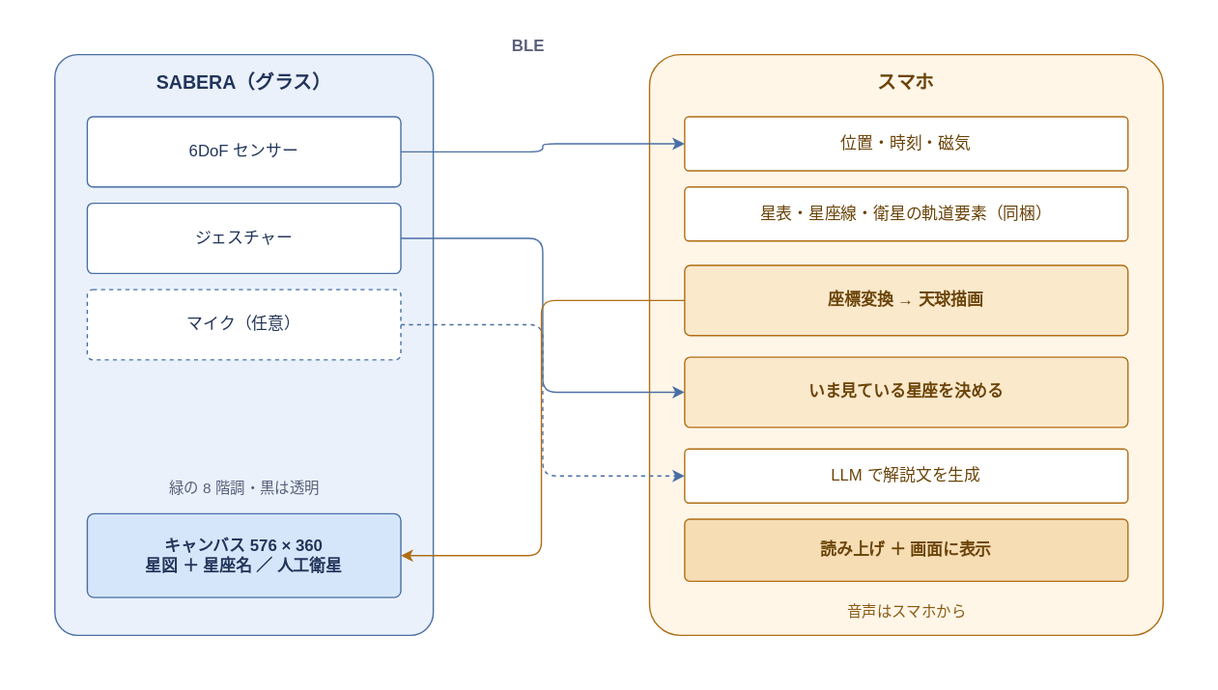
Before: docs/team-e/diagrams/system.drawio.svg, a diagram exported from draw.io (jigintern/sabera-team-e). Source tidied: cells renumbered, new cells last; positions are measured from the earlier drawing's top-left corner, leaving out a move shared by most shapes.
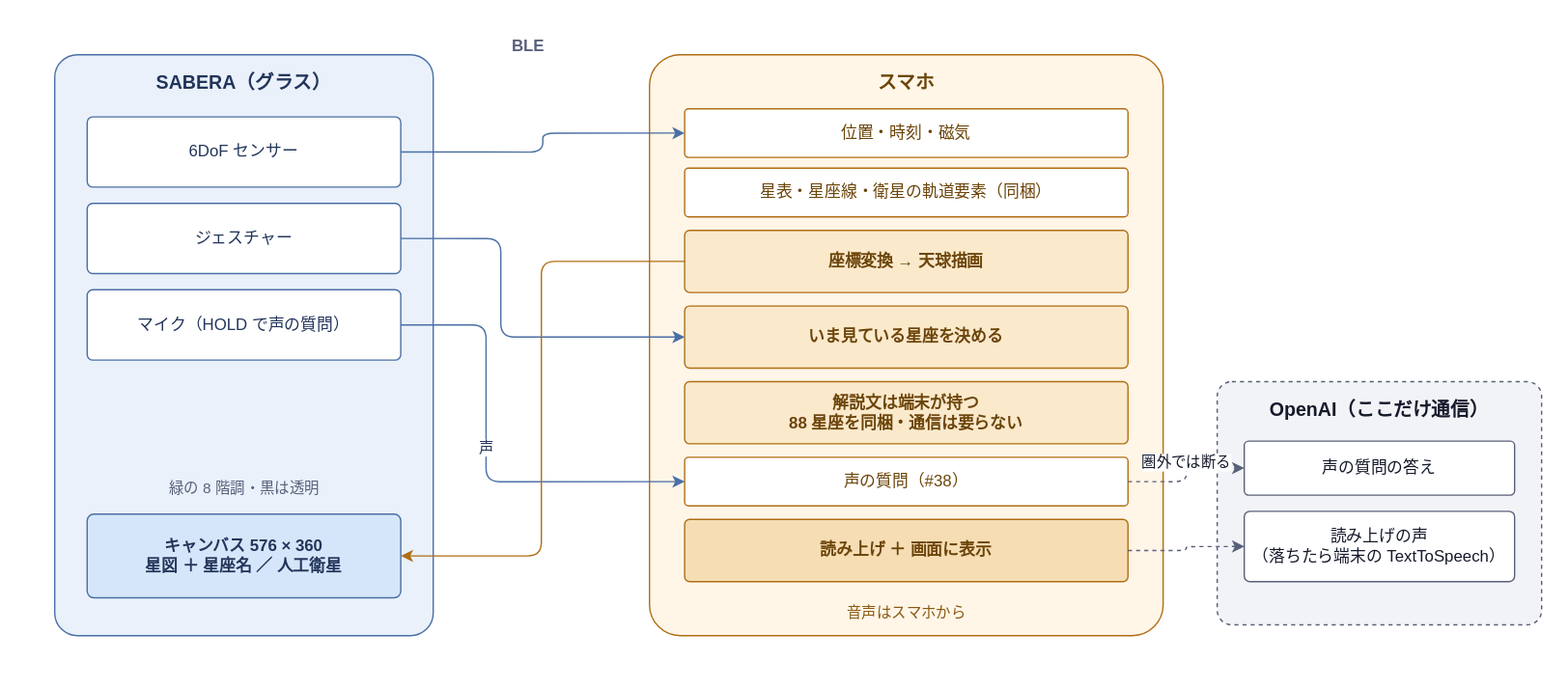
Later version of the same file.

Diff of the diagram source:
```diff
@@ -3,7 +3,7 @@
     <mxCell id="0" />
     <mxCell id="1" parent="0" />
     <mxCell id="2" style="rounded=0;whiteSpace=wrap;html=1;fillColor=#FFFFFF;strokeColor=none;" parent="1" vertex="1">
-      <mxGeometry width="900" height="510" as="geometry" />
+      <mxGeometry width="1160" height="510" as="geometry" />
     </mxCell>
     <mxCell id="3" value="SABERA（グラス）" style="rounded=1;arcSize=6;whiteSpace=wrap;html=1;fillColor=#EAF1FB;strokeColor=#4A6FA5;fontColor=#22355A;verticalAlign=top;fontSize=14;fontStyle=1;spacingTop=6;" parent="1" vertex="1">
       <mxGeometry x="40" y="40" width="280" height="430" as="geometry" />
@@ -14,7 +14,7 @@
     <mxCell id="5" value="ジェスチャー" style="rounded=1;arcSize=8;whiteSpace=wrap;html=1;fillColor=#FFFFFF;strokeColor=#4A6FA5;fontColor=#22355A;fontSize=12;" parent="1" vertex="1">
       <mxGeometry x="64" y="150" width="232" height="52" as="geometry" />
     </mxCell>
-    <mxCell id="6" value="マイク（任意）" style="rounded=1;arcSize=8;whiteSpace=wrap;html=1;fillColor=#FFFFFF;strokeColor=#4A6FA5;fontColor=#22355A;fontSize=12;dashed=1;" parent="1" vertex="1">
+    <mxCell id="6" value="マイク（HOLD で声の質問）" style="rounded=1;arcSize=8;whiteSpace=wrap;html=1;fillColor=#FFFFFF;strokeColor=#4A6FA5;fontColor=#22355A;fontSize=12;" parent="1" vertex="1">
       <mxGeometry x="64" y="214" width="232" height="52" as="geometry" />
     </mxCell>
     <mxCell id="7" value="キャンバス 576 × 360&#10;星図 ＋ 星座名 ／ 人工衛星" style="rounded=1;arcSize=8;whiteSpace=wrap;html=1;fillColor=#D6E6FA;strokeColor=#4A6FA5;fontColor=#22355A;fontSize=12;fontStyle=1;" parent="1" vertex="1">
@@ -27,20 +27,23 @@
       <mxGeometry x="480" y="40" width="380" height="430" as="geometry" />
     </mxCell>
     <mxCell id="10" value="位置・時刻・磁気" style="rounded=1;arcSize=8;whiteSpace=wrap;html=1;fillColor=#FFFFFF;strokeColor=#B06E14;fontColor=#6B4409;fontSize=12;" parent="1" vertex="1">
-      <mxGeometry x="506" y="86" width="328" height="40" as="geometry" />
+      <mxGeometry x="506" y="80" width="328" height="36" as="geometry" />
     </mxCell>
     <mxCell id="11" value="星表・星座線・衛星の軌道要素（同梱）" style="rounded=1;arcSize=8;whiteSpace=wrap;html=1;fillColor=#FFFFFF;strokeColor=#B06E14;fontColor=#6B4409;fontSize=12;" parent="1" vertex="1">
-      <mxGeometry x="506" y="138" width="328" height="40" as="geometry" />
+      <mxGeometry x="506" y="124" width="328" height="36" as="geometry" />
     </mxCell>
     <mxCell id="12" value="座標変換 → 天球描画" style="rounded=1;arcSize=8;whiteSpace=wrap;html=1;fillColor=#FBE9CC;strokeColor=#B06E14;fontColor=#6B4409;fontSize=12;fontStyle=1;" parent="1" vertex="1">
-      <mxGeometry x="506" y="196" width="328" height="52" as="geometry" />
+      <mxGeometry x="506" y="170" width="328" height="46" as="geometry" />
     </mxCell>
     <mxCell id="13" value="いま見ている星座を決める" style="rounded=1;arcSize=8;whiteSpace=wrap;html=1;fillColor=#FBE9CC;strokeColor=#B06E14;fontColor=#6B4409;fontSize=12;fontStyle=1;" parent="1" vertex="1">
-      <mxGeometry x="506" y="264" width="328" height="52" as="geometry" />
+      <mxGeometry x="506" y="226" width="328" height="46" as="geometry" />
     </mxCell>
-    <mxCell id="14" value="LLM で解説文を生成" style="rounded=1;arcSize=8;whiteSpace=wrap;html=1;fillColor=#FFFFFF;strokeColor=#B06E14;fontColor=#6B4409;fontSize=12;" parent="1" vertex="1">
-      <mxGeometry x="506" y="332" width="328" height="40" as="geometry" />
+    <mxCell id="14" value="解説文は端末が持つ&#10;88 星座を同梱・通信は要らない" style="rounded=1;arcSize=8;whiteSpace=wrap;html=1;fillColor=#FBE9CC;strokeColor=#B06E14;fontColor=#6B4409;fontSize=12;fontStyle=1;" parent="1" vertex="1">
+      <mxGeometry x="506" y="282" width="328" height="46" as="geometry" />
     </mxCell>
+    <mxCell id="22" value="声の質問（#38）" style="rounded=1;arcSize=8;whiteSpace=wrap;html=1;fillColor=#FFFFFF;strokeColor=#B06E14;fontColor=#6B4409;fontSize=12;" parent="1" vertex="1">
+      <mxGeometry x="506" y="338" width="328" height="36" as="geometry" />
+    </mxCell>
     <mxCell id="15" value="読み上げ ＋ 画面に表示" style="rounded=1;arcSize=8;whiteSpace=wrap;html=1;fillColor=#F6DDB4;strokeColor=#B06E14;fontColor=#6B4409;fontSize=12;fontStyle=1;" parent="1" vertex="1">
       <mxGeometry x="506" y="384" width="328" height="46" as="geometry" />
     </mxCell>
@@ -48,19 +51,44 @@
       <mxGeometry relative="1" as="geometry" />
     </mxCell>
     <mxCell id="17" style="edgeStyle=orthogonalEdgeStyle;html=1;rounded=1;strokeColor=#4A6FA5;fontColor=#22355A;fontSize=11;exitX=1;exitY=0.5;entryX=0;entryY=0.5;" parent="1" edge="1" source="5" target="13">
-      <mxGeometry relative="1" as="geometry" />
+      <mxGeometry relative="1" as="geometry">
+        <Array as="points">
+          <mxPoint x="370" y="176" />
+          <mxPoint x="370" y="249" />
+        </Array>
+      </mxGeometry>
     </mxCell>
-    <mxCell id="18" style="edgeStyle=orthogonalEdgeStyle;html=1;rounded=1;strokeColor=#4A6FA5;fontColor=#22355A;fontSize=11;dashed=1;exitX=1;exitY=0.5;entryX=0;entryY=0.5;" parent="1" edge="1" source="6" target="14">
-      <mxGeometry relative="1" as="geometry" />
+    <mxCell id="18" value="声" style="edgeStyle=orthogonalEdgeStyle;html=1;rounded=1;strokeColor=#4A6FA5;fontColor=#22355A;fontSize=11;exitX=1;exitY=0.5;entryX=0;entryY=0.5;verticalAlign=bottom;" parent="1" edge="1" source="6" target="22">
+      <mxGeometry relative="1" as="geometry">
+        <Array as="points">
+          <mxPoint x="359" y="240" />
+          <mxPoint x="359" y="356" />
+        </Array>
+      </mxGeometry>
     </mxCell>
     <mxCell id="19" style="edgeStyle=orthogonalEdgeStyle;html=1;rounded=1;strokeColor=#B06E14;fontColor=#6B4409;fontSize=11;exitX=0;exitY=0.5;entryX=1;entryY=0.5;" parent="1" edge="1" source="12" target="7">
       <mxGeometry relative="1" as="geometry">
         <Array as="points">
-          <mxPoint x="400" y="222" />
+          <mxPoint x="400" y="193" />
           <mxPoint x="400" y="411" />
         </Array>
       </mxGeometry>
     </mxCell>
+    <mxCell id="23" value="OpenAI（ここだけ通信）" style="rounded=1;arcSize=6;whiteSpace=wrap;html=1;fillColor=#F2F3F7;strokeColor=#59607A;fontColor=#151A2B;verticalAlign=top;fontSize=14;fontStyle=1;spacingTop=6;dashed=1;" parent="1" vertex="1">
+      <mxGeometry x="900" y="282" width="240" height="180" as="geometry" />
+    </mxCell>
+    <mxCell id="24" value="声の質問の答え" style="rounded=1;arcSize=8;whiteSpace=wrap;html=1;fillColor=#FFFFFF;strokeColor=#59607A;fontColor=#151A2B;fontSize=12;" parent="1" vertex="1">
+      <mxGeometry x="920" y="326" width="200" height="40" as="geometry" />
+    </mxCell>
+    <mxCell id="25" value="読み上げの声&#10;（落ちたら端末の TextToSpeech）" style="rounded=1;arcSize=8;whiteSpace=wrap;html=1;fillColor=#FFFFFF;strokeColor=#59607A;fontColor=#151A2B;fontSize=12;" parent="1" vertex="1">
+      <mxGeometry x="920" y="378" width="200" height="52" as="geometry" />
+    </mxCell>
+    <mxCell id="26" value="圏外では断る" style="edgeStyle=orthogonalEdgeStyle;html=1;rounded=1;strokeColor=#59607A;fontColor=#151A2B;fontSize=11;dashed=1;exitX=1;exitY=0.5;entryX=0;entryY=0.5;verticalAlign=bottom;" parent="1" edge="1" source="22" target="24">
+      <mxGeometry relative="1" as="geometry" />
+    </mxCell>
+    <mxCell id="27" style="edgeStyle=orthogonalEdgeStyle;html=1;rounded=1;strokeColor=#59607A;fontColor=#151A2B;fontSize=11;dashed=1;exitX=1;exitY=0.5;entryX=0;entryY=0.5;" parent="1" edge="1" source="15" target="25">
+      <mxGeometry relative="1" as="geometry" />
+    </mxCell>
     <mxCell id="20" value="BLE" style="text;html=1;align=center;fontSize=12;fontColor=#59607A;fontStyle=1;" parent="1" vertex="1">
       <mxGeometry x="360" y="20" width="60" height="20" as="geometry" />
     </mxCell>
```
